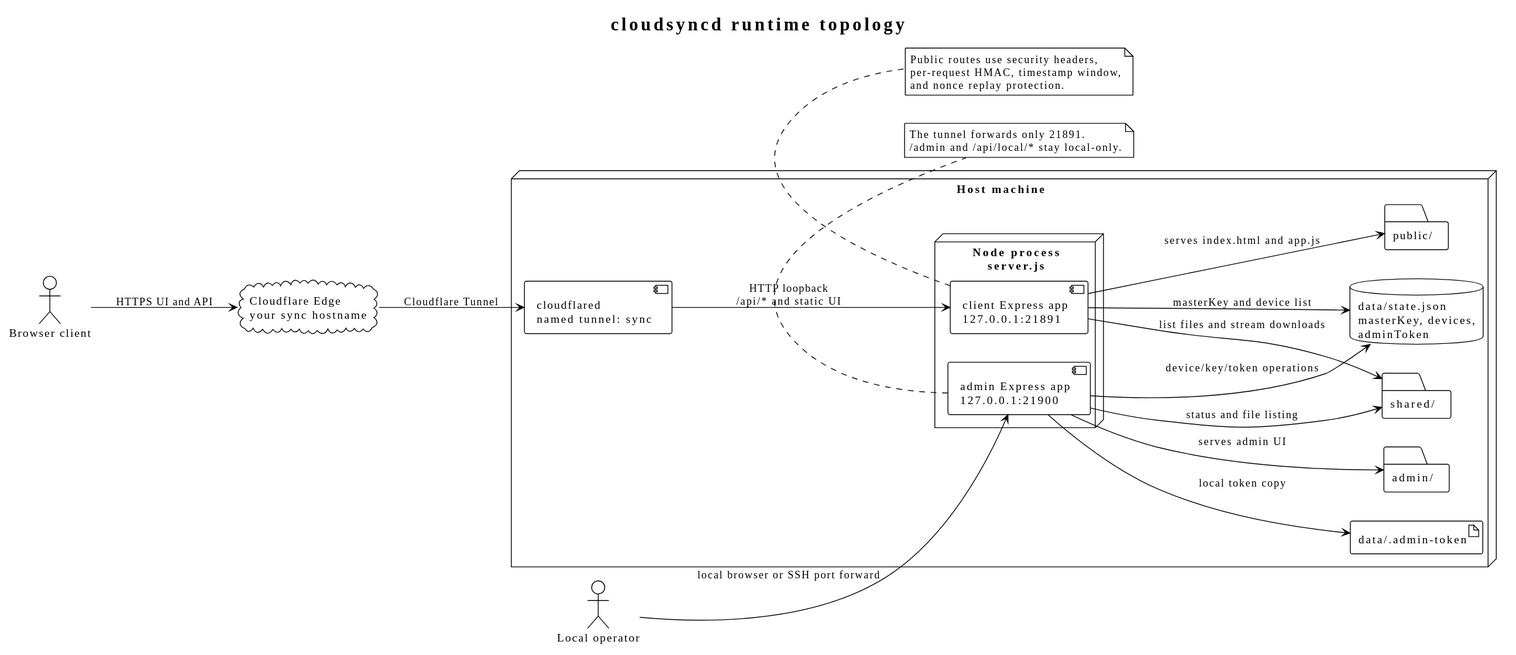
DoubleMice/cloudsyncd keeps this PlantUML diagram as docs/diagrams/runtime-topology.svg. Above is the earlier version.
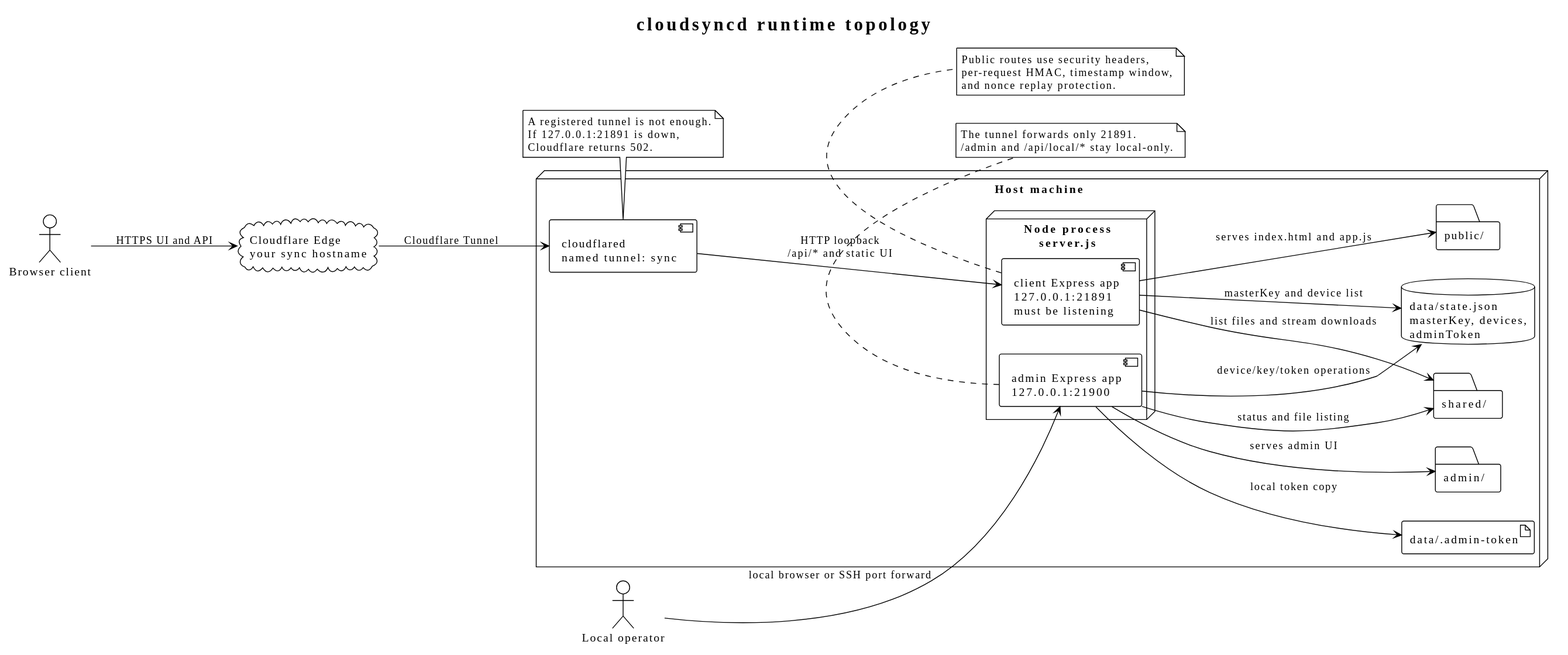
After the commit.

What changed in the source:
```diff
@@ -12,7 +12,7 @@
   component "cloudflared\nnamed tunnel: sync" as Tunnel
 
   node "Node process\nserver.js" as Node {
-    component "client Express app\n127.0.0.1:21891" as ClientApp
+    component "client Express app\n127.0.0.1:21891\nmust be listening" as ClientApp
     component "admin Express app\n127.0.0.1:21900" as AdminApp
   }
 
@@ -47,4 +47,10 @@
   per-request HMAC, timestamp window,
   and nonce replay protection.
 end note
+
+note bottom of Tunnel
+  A registered tunnel is not enough.
+  If 127.0.0.1:21891 is down,
+  Cloudflare returns 502.
+end note
 @enduml
```
